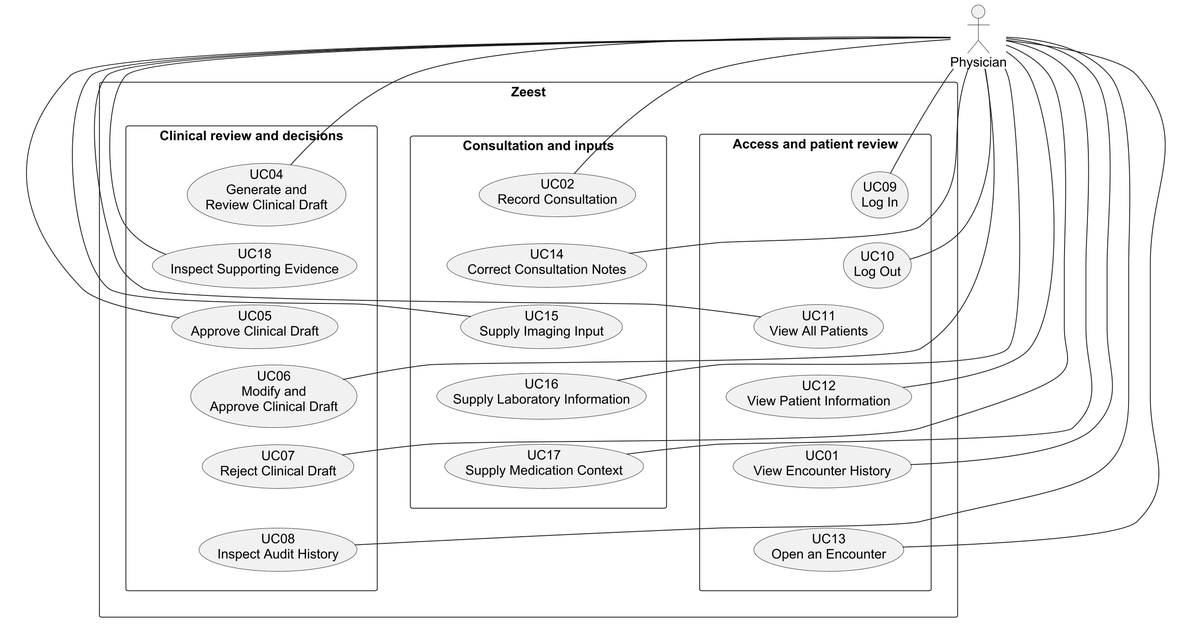
Earlier version of the PlantUML export Report template/Figures/kashaf_D01_doctor_use_cases.png (Kashaf-471/fyp-report).
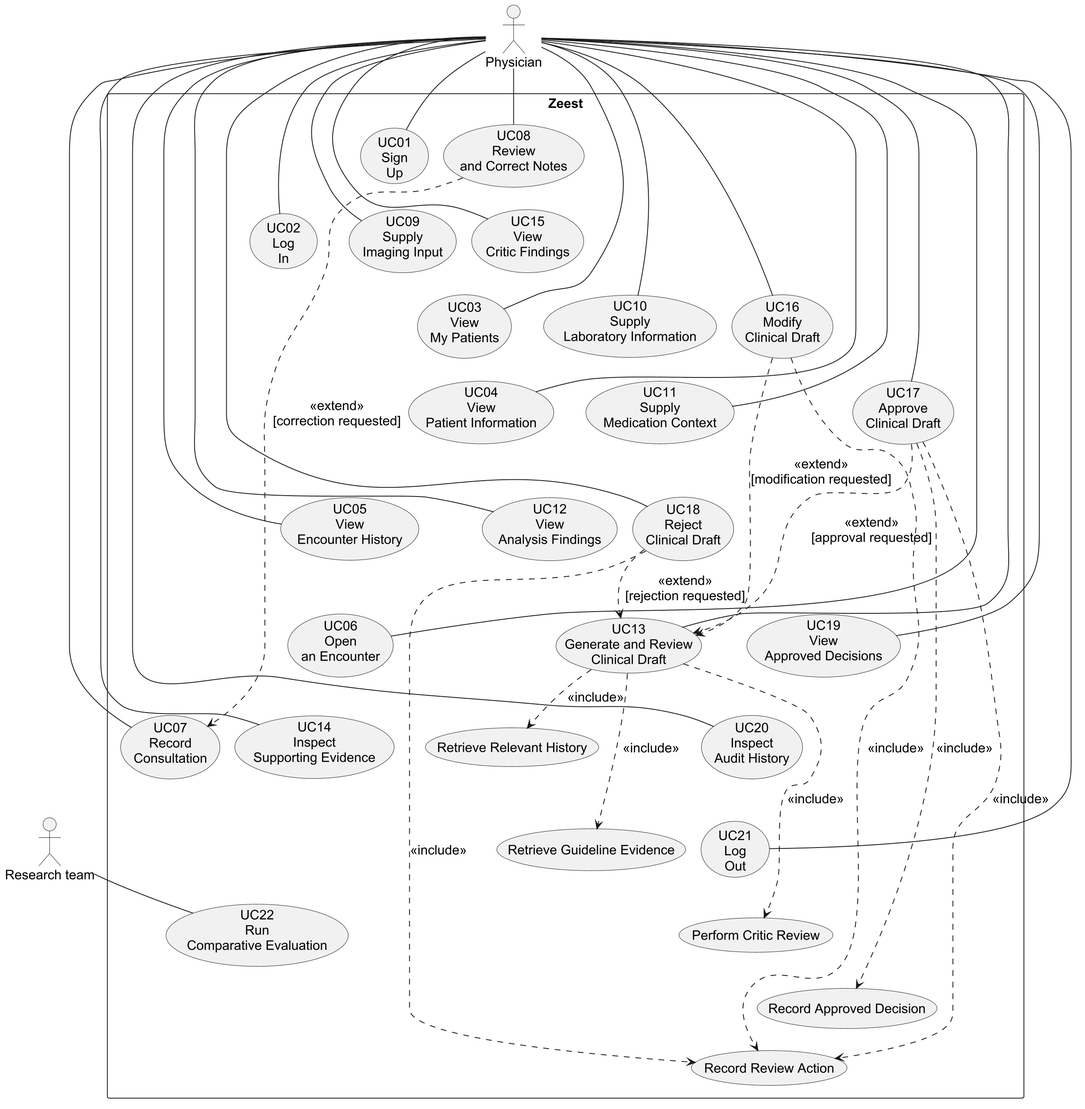
Later version of the same file.

Diff of the diagram source:
```diff
@@ -2,68 +2,99 @@
 top to bottom direction
 skinparam backgroundColor white
 skinparam shadowing false
-skinparam dpi 180
 skinparam defaultFontName Arial
 skinparam defaultFontSize 16
-skinparam nodesep 12
-skinparam ranksep 20
-actor "Physician" as Doctor
+skinparam dpi 180
+skinparam nodesep 18
+skinparam ranksep 25
+actor Physician as P
+actor "Research team" as R
 rectangle "Zeest" {
- rectangle "Access and patient review" as Access {
-  usecase "UC09\nLog In" as UC09
-  usecase "UC10\nLog Out" as UC10
-  usecase "UC11\nView All Patients" as UC11
-  usecase "UC12\nView Patient Information" as UC12
-  usecase "UC01\nView Encounter History" as UC01
-  usecase "UC13\nOpen an Encounter" as UC13
- }
- rectangle "Consultation and inputs" as Inputs {
-  usecase "UC02\nRecord Consultation" as UC02
-  usecase "UC14\nCorrect Consultation Notes" as UC14
-  usecase "UC15\nSupply Imaging Input" as UC15
-  usecase "UC16\nSupply Laboratory Information" as UC16
-  usecase "UC17\nSupply Medication Context" as UC17
- }
- rectangle "Clinical review and decisions" as Review {
-  usecase "UC04\nGenerate and\nReview Clinical Draft" as UC04
-  usecase "UC18\nInspect Supporting Evidence" as UC18
-  usecase "UC05\nApprove Clinical Draft" as UC05
-  usecase "UC06\nModify and\nApprove Clinical Draft" as UC06
-  usecase "UC07\nReject Clinical Draft" as UC07
-  usecase "UC08\nInspect Audit History" as UC08
- }
+usecase "UC01\nSign\nUp" as UC01
+usecase "UC02\nLog\nIn" as UC02
+usecase "UC03\nView\nMy Patients" as UC03
+usecase "UC04\nView\nPatient Information" as UC04
+usecase "UC05\nView\nEncounter History" as UC05
+usecase "UC06\nOpen\nan Encounter" as UC06
+usecase "UC07\nRecord\nConsultation" as UC07
+usecase "UC08\nReview\nand Correct Notes" as UC08
+usecase "UC09\nSupply\nImaging Input" as UC09
+usecase "UC10\nSupply\nLaboratory Information" as UC10
+usecase "UC11\nSupply\nMedication Context" as UC11
+usecase "UC12\nView\nAnalysis Findings" as UC12
+usecase "UC13\nGenerate and Review\nClinical Draft" as UC13
+usecase "UC14\nInspect\nSupporting Evidence" as UC14
+usecase "UC15\nView\nCritic Findings" as UC15
+usecase "UC16\nModify\nClinical Draft" as UC16
+usecase "UC17\nApprove\nClinical Draft" as UC17
+usecase "UC18\nReject\nClinical Draft" as UC18
+usecase "UC19\nView\nApproved Decisions" as UC19
+usecase "UC20\nInspect\nAudit History" as UC20
+usecase "UC21\nLog\nOut" as UC21
+usecase "UC22\nRun\nComparative Evaluation" as UC22
+usecase "Retrieve Relevant History" as H1
+usecase "Retrieve Guideline Evidence" as H2
+usecase "Perform Critic Review" as H3
+usecase "Record Approved Decision" as H4
+usecase "Record Review Action" as H5
 }
-Doctor -- UC09
-Doctor -- UC11
-Doctor -- UC12
-Doctor -- UC01
-Doctor -- UC13
-Doctor -- UC02
-Doctor -- UC14
-Doctor -- UC15
-Doctor -- UC16
-Doctor -- UC17
-Doctor -- UC04
-Doctor -- UC18
-Doctor -- UC05
-Doctor -- UC06
-Doctor -- UC07
-Doctor -- UC08
-Doctor -- UC10
-Access -[hidden]right-> Inputs
-Inputs -[hidden]right-> Review
+P -- UC01
+P -- UC02
+P -- UC03
+P -- UC04
+P -- UC05
+P -- UC06
+P -- UC07
+P -- UC08
+P -- UC09
+P -- UC10
+P -- UC11
+P -- UC12
+P -- UC13
+P -- UC14
+P -- UC15
+P -- UC16
+P -- UC17
+P -- UC18
+P -- UC19
+P -- UC20
+P -- UC21
+R -- UC22
+UC13 ..> H1 : <<include>>
+UC13 ..> H2 : <<include>>
+UC13 ..> H3 : <<include>>
+UC17 ..> H4 : <<include>>
+UC16 ..> H5 : <<include>>
+UC17 ..> H5 : <<include>>
+UC18 ..> H5 : <<include>>
+UC08 ..> UC07 : <<extend>>\n[correction requested]
+UC16 ..> UC13 : <<extend>>\n[modification requested]
+UC17 ..> UC13 : <<extend>>\n[approval requested]
+UC18 ..> UC13 : <<extend>>\n[rejection requested]
+UC01 -[hidden]down-> UC02
+UC02 -[hidden]down-> UC03
+UC03 -[hidden]down-> UC04
+UC04 -[hidden]down-> UC05
+UC05 -[hidden]down-> UC06
+UC06 -[hidden]down-> UC07
+UC08 -[hidden]down-> UC09
 UC09 -[hidden]down-> UC10
 UC10 -[hidden]down-> UC11
 UC11 -[hidden]down-> UC12
-UC12 -[hidden]down-> UC01
-UC01 -[hidden]down-> UC13
-UC02 -[hidden]down-> UC14
-UC14 -[hidden]down-> UC15
+UC12 -[hidden]down-> UC13
+UC13 -[hidden]down-> UC14
 UC15 -[hidden]down-> UC16
 UC16 -[hidden]down-> UC17
-UC04 -[hidden]down-> UC18
-UC18 -[hidden]down-> UC05
-UC05 -[hidden]down-> UC06
-UC06 -[hidden]down-> UC07
-UC07 -[hidden]down-> UC08
+UC17 -[hidden]down-> UC18
+UC18 -[hidden]down-> UC19
+UC19 -[hidden]down-> UC20
+UC20 -[hidden]down-> UC21
+UC21 -[hidden]down-> UC22
+H1 -[hidden]down-> H2
+H2 -[hidden]down-> H3
+H3 -[hidden]down-> H4
+H4 -[hidden]down-> H5
+UC01 -[hidden]right-> UC08
+UC08 -[hidden]right-> UC15
+UC15 -[hidden]right-> H1
 @enduml
```
